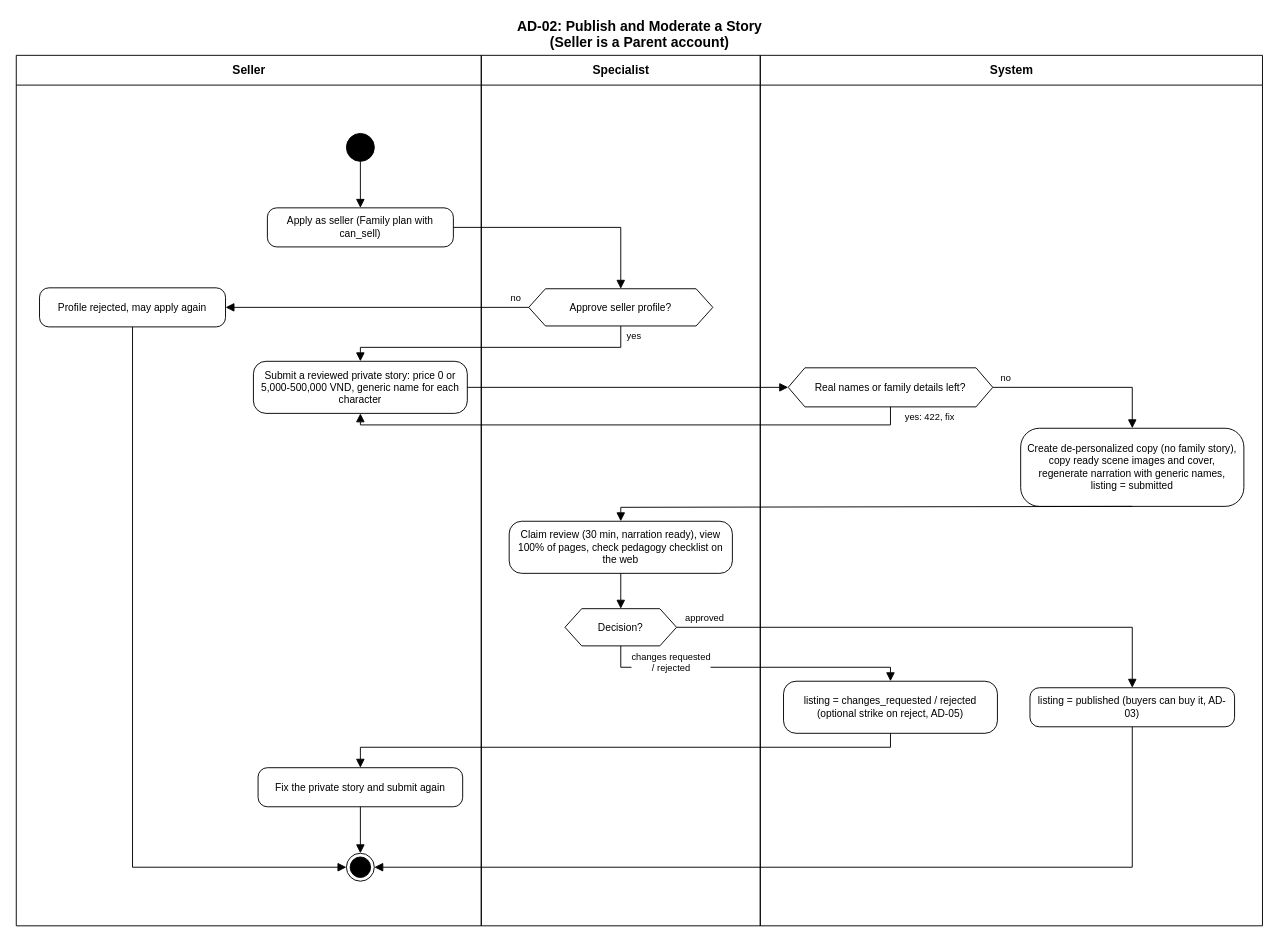
Before: docs/diagrams/activity/AD-02-publish-moderate.drawio in SEP490-GFA26SE186/BE, a draw.io diagram. Source tidied: cells renumbered, new cells numbered last; positions are measured from the earlier drawing's top-left corner, leaving out a move shared by most shapes. Both pictures are drawn from the tidied source at 93%, with x=0, y=0 at pixel (16, 16).
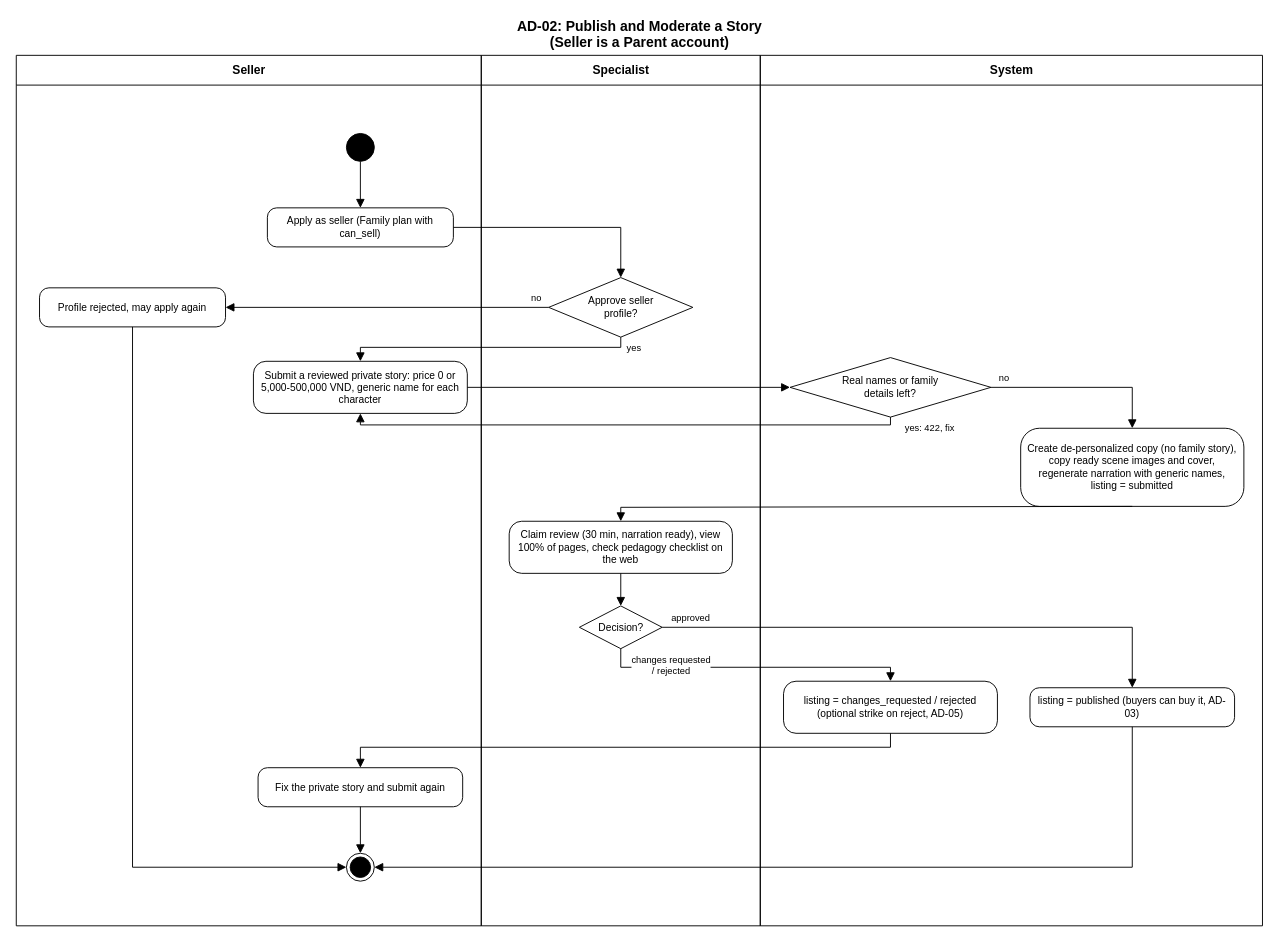
After the change.

The change refers to these unchanged cells:
```xml
<mxCell id="4" value="Specialist" style="swimlane;html=1;startSize=32;fontStyle=1;fontSize=13;fontFamily=Helvetica;swimlaneLine=1;fillColor=none;strokeColor=#000000;" parent="1" vertex="1">
  <mxGeometry x="500" y="42" width="300" height="936" as="geometry" />
</mxCell>
<mxCell id="5" value="System" style="swimlane;html=1;startSize=32;fontStyle=1;fontSize=13;fontFamily=Helvetica;swimlaneLine=1;fillColor=none;strokeColor=#000000;" parent="1" vertex="1">
  <mxGeometry x="800" y="42" width="540" height="936" as="geometry" />
</mxCell>
```

Diff of the diagram source:
```diff
@@
-    <mxCell id="8" value="Approve seller profile?" style="shape=hexagon;perimeter=hexagonPerimeter2;size=18;fixedSize=1;whiteSpace=wrap;html=1;fillColor=#FFFFFF;strokeColor=#000000;fontSize=11;fontFamily=Helvetica;spacingLeft=14;spacingRight=14;" parent="4" vertex="1">
-      <mxGeometry x="51" y="251" width="198" height="40" as="geometry" />
+    <mxCell id="8" value="Approve seller&lt;br&gt;profile?" style="rhombus;whiteSpace=wrap;html=1;fillColor=#FFFFFF;strokeColor=#000000;fontSize=11;fontFamily=Helvetica;spacing=0;" parent="4" vertex="1">
+      <mxGeometry x="72.5" y="239" width="155" height="64" as="geometry" />
     </mxCell>
@@
-    <mxCell id="11" value="Real names or family details left?" style="shape=hexagon;perimeter=hexagonPerimeter2;size=18;fixedSize=1;whiteSpace=wrap;html=1;fillColor=#FFFFFF;strokeColor=#000000;fontSize=11;fontFamily=Helvetica;spacingLeft=14;spacingRight=14;" parent="5" vertex="1">
-      <mxGeometry x="30" y="336" width="220" height="42" as="geometry" />
+    <mxCell id="11" value="Real names or family&lt;br&gt;details left?" style="rhombus;whiteSpace=wrap;html=1;fillColor=#FFFFFF;strokeColor=#000000;fontSize=11;fontFamily=Helvetica;spacing=0;" parent="5" vertex="1">
+      <mxGeometry x="32" y="325" width="216" height="64" as="geometry" />
     </mxCell>
@@
-    <mxCell id="14" value="Decision?" style="shape=hexagon;perimeter=hexagonPerimeter2;size=18;fixedSize=1;whiteSpace=wrap;html=1;fillColor=#FFFFFF;strokeColor=#000000;fontSize=11;fontFamily=Helvetica;spacingLeft=14;spacingRight=14;" parent="4" vertex="1">
-      <mxGeometry x="90" y="595" width="120" height="40" as="geometry" />
+    <mxCell id="14" value="Decision?" style="rhombus;whiteSpace=wrap;html=1;fillColor=#FFFFFF;strokeColor=#000000;fontSize=11;fontFamily=Helvetica;spacing=0;" parent="4" vertex="1">
+      <mxGeometry x="105.5" y="592" width="89" height="46" as="geometry" />
     </mxCell>
```
